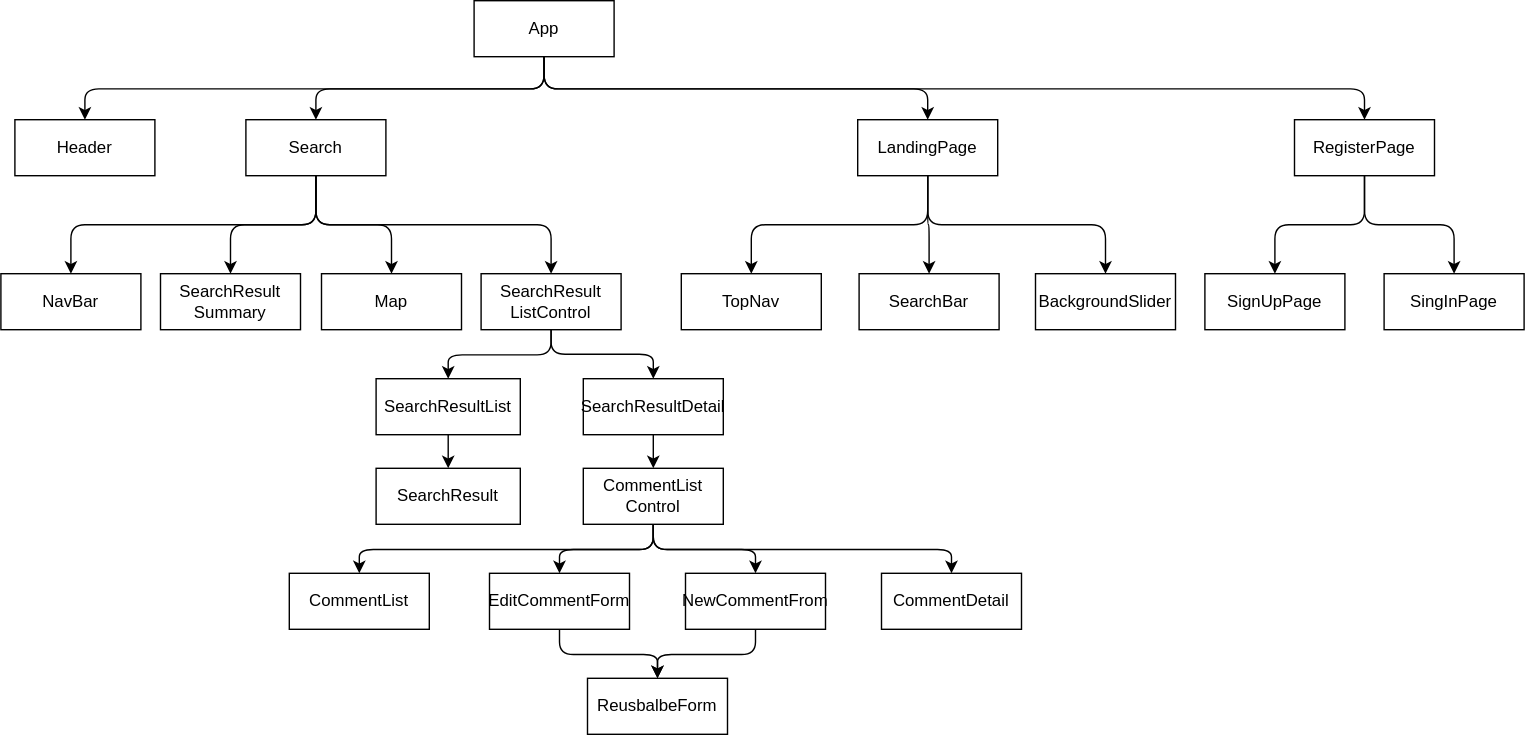
The draw.io diagram diagrams/MVP Diagram.drawio.svg in zbl14/capstone-planning-log-and-proposal, before a commit. Source tidied: cells renumbered, new cells last; positions are measured from the earlier drawing's top-left corner, leaving out a move shared by most shapes.
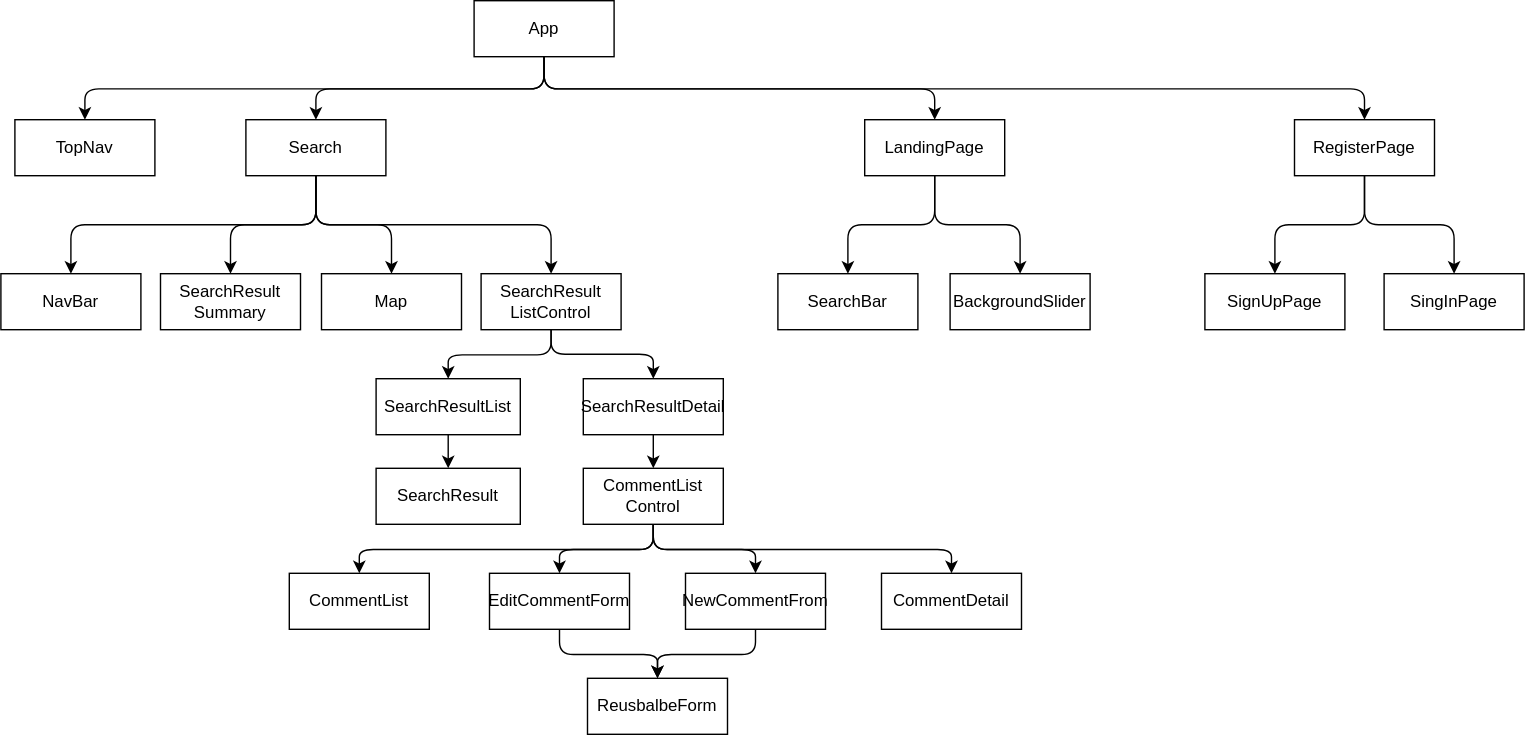
After the change.

Diff of the diagram source:
```diff
@@ -17,7 +17,7 @@
     <mxCell id="6" value="App" style="rounded=0;whiteSpace=wrap;html=1;" parent="1" vertex="1">
       <mxGeometry x="338" width="100" height="40" as="geometry" />
     </mxCell>
-    <mxCell id="7" value="Header" style="rounded=0;whiteSpace=wrap;html=1;" parent="1" vertex="1">
+    <mxCell id="7" value="TopNav" style="rounded=0;whiteSpace=wrap;html=1;" parent="1" vertex="1">
       <mxGeometry x="10" y="85" width="100" height="40" as="geometry" />
     </mxCell>
     <mxCell id="8" style="edgeStyle=elbowEdgeStyle;elbow=vertical;html=1;exitX=0.5;exitY=1;exitDx=0;exitDy=0;entryX=0.5;entryY=0;entryDx=0;entryDy=0;" parent="1" edge="1" source="12" target="25">
@@ -35,9 +35,6 @@
     <mxCell id="12" value="Search" style="rounded=0;whiteSpace=wrap;html=1;" parent="1" vertex="1">
       <mxGeometry x="175" y="85" width="100" height="40" as="geometry" />
     </mxCell>
-    <mxCell id="13" style="edgeStyle=elbowEdgeStyle;elbow=vertical;html=1;exitX=0.5;exitY=1;exitDx=0;exitDy=0;entryX=0.5;entryY=0;entryDx=0;entryDy=0;" parent="1" edge="1" source="16" target="17">
-      <mxGeometry relative="1" as="geometry" />
-    </mxCell>
     <mxCell id="14" style="edgeStyle=elbowEdgeStyle;elbow=vertical;html=1;exitX=0.5;exitY=1;exitDx=0;exitDy=0;entryX=0.5;entryY=0;entryDx=0;entryDy=0;" parent="1" edge="1" source="16" target="18">
       <mxGeometry relative="1" as="geometry" />
     </mxCell>
@@ -45,16 +42,13 @@
       <mxGeometry relative="1" as="geometry" />
     </mxCell>
     <mxCell id="16" value="LandingPage" style="rounded=0;whiteSpace=wrap;html=1;" parent="1" vertex="1">
-      <mxGeometry x="612" y="85" width="100" height="40" as="geometry" />
+      <mxGeometry x="617" y="85" width="100" height="40" as="geometry" />
     </mxCell>
-    <mxCell id="17" value="TopNav" style="rounded=0;whiteSpace=wrap;html=1;" parent="1" vertex="1">
-      <mxGeometry x="486" y="195" width="100" height="40" as="geometry" />
-    </mxCell>
     <mxCell id="18" value="SearchBar" style="rounded=0;whiteSpace=wrap;html=1;" parent="1" vertex="1">
-      <mxGeometry x="613" y="195" width="100" height="40" as="geometry" />
+      <mxGeometry x="555" y="195" width="100" height="40" as="geometry" />
     </mxCell>
     <mxCell id="19" value="BackgroundSlider" style="rounded=0;whiteSpace=wrap;html=1;" parent="1" vertex="1">
-      <mxGeometry x="739" y="195" width="100" height="40" as="geometry" />
+      <mxGeometry x="678" y="195" width="100" height="40" as="geometry" />
     </mxCell>
     <mxCell id="20" style="edgeStyle=elbowEdgeStyle;elbow=vertical;html=1;exitX=0.5;exitY=1;exitDx=0;exitDy=0;entryX=0.5;entryY=0;entryDx=0;entryDy=0;" parent="1" edge="1" source="22" target="24">
       <mxGeometry relative="1" as="geometry" />
```
